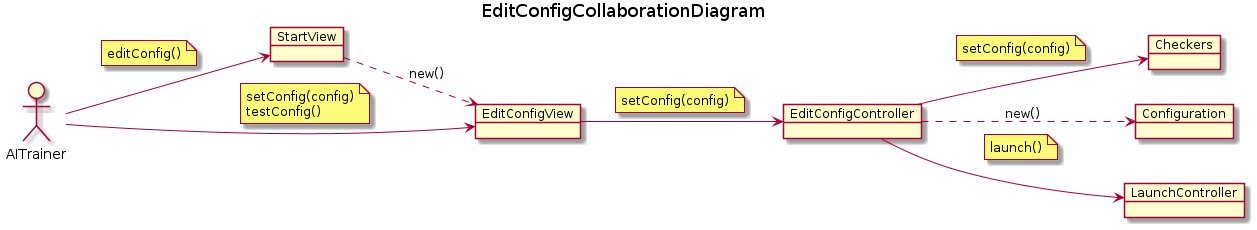
This is docs/output/analysis/use-cases/EditConfigCollaborationDiagram.png from Master-Desarrollo-20-21/patrones-diseno---practica-final---juego-de-las-damas-fraylopez, a PlantUML export, as it was before one commit. Its diagram source:
```plantuml
@startuml EditConfigCollaborationDiagram
title EditConfigCollaborationDiagram
allow_mixing
left to right direction

actor AITrainer

object Checkers
object StartView
object EditConfigView
object EditConfigController
object Configuration
object LaunchController

AITrainer --> StartView
note on link
    editConfig()
end note

StartView ..> EditConfigView : new()

AITrainer --> EditConfigView
note on link
    setConfig(config)
    testConfig()
end note

EditConfigView --> EditConfigController
note on link
    setConfig(config)
end note

EditConfigController ..> Configuration : new()

EditConfigController --> Checkers
note on link
    setConfig(config)
end note

EditConfigController --> LaunchController
note on link
    launch()
end note


@enduml
```
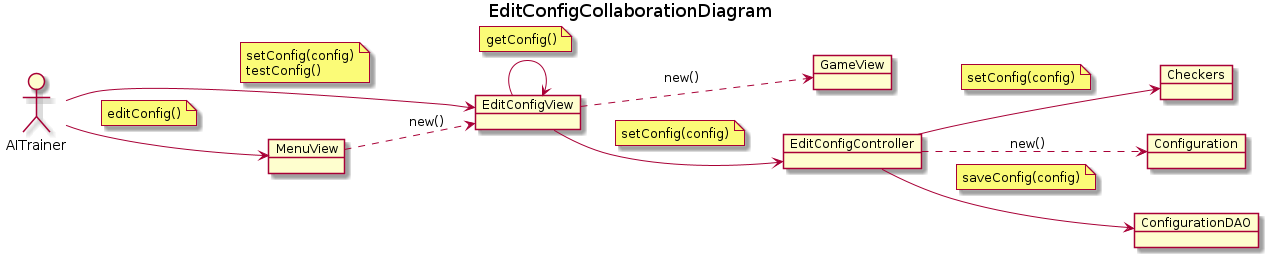
After the commit.

Change to the diagram source:
```diff
@@ -6,23 +6,27 @@
 actor AITrainer
 
 object Checkers
-object StartView
 object EditConfigView
+object MenuView
+object GameView
 object EditConfigController
 object Configuration
-object LaunchController
+object ConfigurationDAO
 
-AITrainer --> StartView
+AITrainer --> MenuView
 note on link
     editConfig()
 end note
-
-StartView ..> EditConfigView : new()
-
 AITrainer --> EditConfigView
 note on link
     setConfig(config)
     testConfig()
+end note
+MenuView ..> EditConfigView : new()
+
+EditConfigView --> EditConfigView
+note on link
+    getConfig()
 end note
 
 EditConfigView --> EditConfigController
@@ -30,17 +34,16 @@
     setConfig(config)
 end note
 
+EditConfigController --> ConfigurationDAO
+note on link
+    saveConfig(config)
+end note
+EditConfigView .down.> GameView : new()
+
 EditConfigController ..> Configuration : new()
 
 EditConfigController --> Checkers
 note on link
     setConfig(config)
 end note
-
-EditConfigController --> LaunchController
-note on link
-    launch()
-end note
-
-
 @enduml
```
